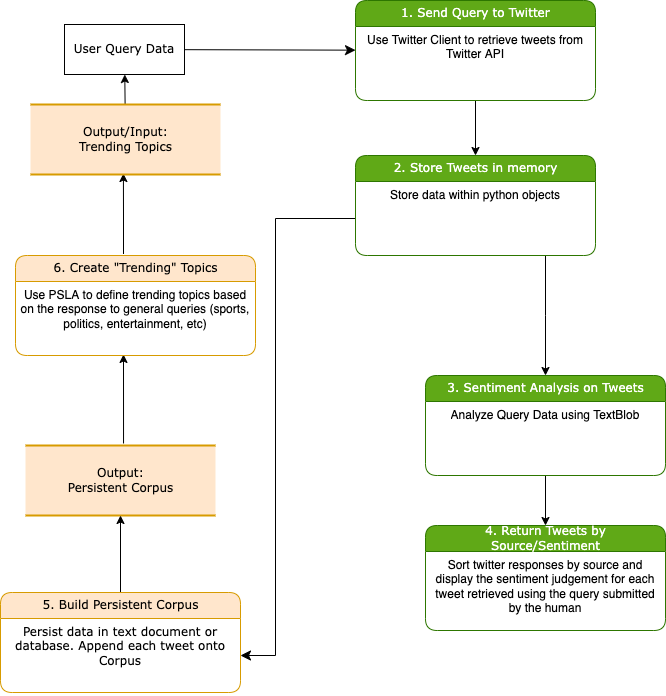
Above: .docs/Process Model.png in PeterWJefferson/CourseProject (draw.io), before the change. Source tidied: cells renumbered, new cells last; positions are measured from the earlier drawing's top-left corner, leaving out a move shared by most shapes. The source it was exported from:
```xml
<mxGraphModel background="#ffffff" shadow="1">
  <root>
    <mxCell id="0" />
    <mxCell id="1" parent="0" />
    <mxCell id="2" style="edgeStyle=orthogonalEdgeStyle;rounded=0;jettySize=auto;html=1;exitX=0.516;exitY=-0.029;exitDx=0;exitDy=0;exitPerimeter=0;entryX=0.45;entryY=0.986;entryDx=0;entryDy=0;entryPerimeter=0;" parent="1" edge="1" source="3" target="21">
      <mxGeometry relative="1" as="geometry" />
    </mxCell>
    <mxCell id="3" value="Output:&lt;br&gt;Persistent Corpus" style="html=1;rounded=0;shadow=0;comic=0;labelBackgroundColor=none;strokeWidth=2;fontFamily=Verdana;fontSize=12;align=center;shape=mxgraph.ios7ui.horLines;fillColor=#ffe6cc;strokeColor=#d79b00;" parent="1" vertex="1">
      <mxGeometry x="25" y="445" width="190" height="70" as="geometry" />
    </mxCell>
    <mxCell id="4" style="html=1;labelBackgroundColor=none;startFill=0;startSize=8;endFill=1;endSize=8;fontFamily=Verdana;fontSize=12;" parent="1" edge="1" source="6" target="9">
      <mxGeometry relative="1" as="geometry" />
    </mxCell>
    <mxCell id="5" style="edgeStyle=none;html=1;startArrow=classic;startFill=1;endArrow=none;endFill=0;" parent="1" edge="1" source="6" target="22">
      <mxGeometry relative="1" as="geometry" />
    </mxCell>
    <mxCell id="6" value="User Query Data" style="whiteSpace=wrap;html=1;rounded=0;shadow=0;comic=0;labelBackgroundColor=none;strokeWidth=1;fontFamily=Verdana;fontSize=12;align=center;" parent="1" vertex="1">
      <mxGeometry x="64" y="24" width="120" height="50" as="geometry" />
    </mxCell>
    <mxCell id="7" style="edgeStyle=elbowEdgeStyle;html=1;labelBackgroundColor=none;startFill=0;startSize=8;endFill=1;endSize=8;fontFamily=Verdana;fontSize=12;rounded=0;exitX=0;exitY=0.5;exitDx=0;exitDy=0;" parent="1" edge="1" source="18" target="25">
      <mxGeometry relative="1" as="geometry">
        <Array as="points">
          <mxPoint x="275" y="245" />
          <mxPoint x="155" y="265" />
          <mxPoint x="135" y="315" />
        </Array>
      </mxGeometry>
    </mxCell>
    <mxCell id="8" style="edgeStyle=orthogonalEdgeStyle;rounded=0;jettySize=auto;html=1;entryX=0.5;entryY=0;entryDx=0;entryDy=0;startArrow=none;startFill=0;endArrow=classic;endFill=1;" parent="1" edge="1" source="9" target="17">
      <mxGeometry relative="1" as="geometry" />
    </mxCell>
    <mxCell id="9" value="1. Send Query to Twitter" style="swimlane;html=1;fontStyle=0;horizontal=1;startSize=26;fillColor=#60a917;swimlaneFillColor=#ffffff;align=center;rounded=1;shadow=0;comic=0;labelBackgroundColor=none;strokeWidth=1;fontFamily=Verdana;fontSize=12;strokeColor=#2D7600;fontColor=#ffffff;" parent="1" vertex="1">
      <mxGeometry x="355" width="240" height="100" as="geometry" />
    </mxCell>
    <mxCell id="10" value="Use Twitter Client to retrieve tweets from Twitter API" style="text;html=1;strokeColor=none;fillColor=none;spacingLeft=4;spacingRight=4;whiteSpace=wrap;overflow=hidden;align=center;" parent="9" vertex="1">
      <mxGeometry y="26" width="240" height="74" as="geometry" />
    </mxCell>
    <mxCell id="11" style="edgeStyle=orthogonalEdgeStyle;rounded=0;jettySize=auto;html=1;entryX=0.5;entryY=0;entryDx=0;entryDy=0;" parent="1" edge="1" source="12" target="14">
      <mxGeometry relative="1" as="geometry" />
    </mxCell>
    <mxCell id="12" value="3. Sentiment Analysis on Tweets" style="swimlane;html=1;fontStyle=0;horizontal=1;startSize=26;fillColor=#60a917;swimlaneFillColor=#ffffff;align=center;rounded=1;shadow=0;comic=0;labelBackgroundColor=none;strokeWidth=1;fontFamily=Verdana;fontSize=12;fontColor=#ffffff;strokeColor=#2D7600;" parent="1" vertex="1">
      <mxGeometry x="425" y="375" width="240" height="100" as="geometry" />
    </mxCell>
    <mxCell id="13" value="Analyze Query Data using TextBlob" style="text;html=1;strokeColor=none;fillColor=none;spacingLeft=4;spacingRight=4;whiteSpace=wrap;overflow=hidden;align=center;" parent="12" vertex="1">
      <mxGeometry y="26" width="240" height="74" as="geometry" />
    </mxCell>
    <mxCell id="14" value="4. Return Tweets by&lt;br&gt;Source/Sentiment" style="swimlane;html=1;fontStyle=0;horizontal=1;startSize=26;fillColor=#60a917;swimlaneFillColor=#ffffff;align=center;rounded=1;shadow=0;comic=0;labelBackgroundColor=none;strokeWidth=1;fontFamily=Verdana;fontSize=12;fontColor=#ffffff;strokeColor=#2D7600;" parent="1" vertex="1">
      <mxGeometry x="425" y="525" width="240" height="105" as="geometry" />
    </mxCell>
    <mxCell id="15" value="Sort twitter responses by source and display the sentiment judgement for each tweet retrieved using the query submitted by the human" style="text;html=1;strokeColor=none;fillColor=none;spacingLeft=4;spacingRight=4;whiteSpace=wrap;overflow=hidden;align=center;" parent="14" vertex="1">
      <mxGeometry y="26" width="240" height="74" as="geometry" />
    </mxCell>
    <mxCell id="16" style="edgeStyle=elbowEdgeStyle;rounded=0;jettySize=auto;html=1;entryX=0.5;entryY=0;entryDx=0;entryDy=0;startArrow=none;startFill=0;endArrow=classic;endFill=1;" parent="1" edge="1" source="17" target="12">
      <mxGeometry relative="1" as="geometry" />
    </mxCell>
    <mxCell id="17" value="2. Store Tweets in memory" style="swimlane;html=1;fontStyle=0;horizontal=1;startSize=26;fillColor=#60a917;swimlaneFillColor=#ffffff;align=center;rounded=1;shadow=0;comic=0;labelBackgroundColor=none;strokeWidth=1;fontFamily=Verdana;fontSize=12;fontColor=#ffffff;strokeColor=#2D7600;" parent="1" vertex="1">
      <mxGeometry x="355" y="155" width="240" height="100" as="geometry" />
    </mxCell>
    <mxCell id="18" value="Store data within python objects" style="text;html=1;strokeColor=none;fillColor=none;spacingLeft=4;spacingRight=4;whiteSpace=wrap;overflow=hidden;points=[[0,0.5],[1,0.5]];portConstraint=eastwest;align=center;" parent="17" vertex="1">
      <mxGeometry y="26" width="240" height="74" as="geometry" />
    </mxCell>
    <mxCell id="19" style="edgeStyle=orthogonalEdgeStyle;rounded=0;jettySize=auto;html=1;entryX=0.489;entryY=0.986;entryDx=0;entryDy=0;entryPerimeter=0;exitX=0.45;exitY=-0.015;exitDx=0;exitDy=0;exitPerimeter=0;" parent="1" edge="1" source="20" target="22">
      <mxGeometry relative="1" as="geometry" />
    </mxCell>
    <mxCell id="20" value="6. Create &quot;Trending&quot; Topics" style="swimlane;html=1;fontStyle=0;horizontal=1;startSize=26;fillColor=#ffe6cc;swimlaneFillColor=#ffffff;align=center;rounded=1;shadow=0;comic=0;labelBackgroundColor=none;strokeWidth=1;fontFamily=Verdana;fontSize=12;strokeColor=#d79b00;" parent="1" vertex="1">
      <mxGeometry x="15" y="255" width="240" height="100" as="geometry" />
    </mxCell>
    <mxCell id="21" value="Use PSLA to define trending topics based on the response to general queries (sports, politics, entertainment, etc)" style="text;html=1;strokeColor=none;fillColor=none;spacingLeft=4;spacingRight=4;whiteSpace=wrap;overflow=hidden;points=[[0,0.5],[1,0.5]];portConstraint=eastwest;align=center;" parent="20" vertex="1">
      <mxGeometry y="26" width="240" height="74" as="geometry" />
    </mxCell>
    <mxCell id="22" value="Output/Input:&lt;br&gt;Trending Topics" style="html=1;rounded=0;shadow=0;comic=0;labelBackgroundColor=none;strokeWidth=2;fontFamily=Verdana;fontSize=12;align=center;shape=mxgraph.ios7ui.horLines;fillColor=#ffe6cc;strokeColor=#d79b00;" parent="1" vertex="1">
      <mxGeometry x="30" y="104" width="190" height="70" as="geometry" />
    </mxCell>
    <mxCell id="23" style="edgeStyle=orthogonalEdgeStyle;html=1;" parent="1" edge="1" source="24" target="3">
      <mxGeometry relative="1" as="geometry" />
    </mxCell>
    <mxCell id="24" value="5. Build Persistent Corpus" style="swimlane;html=1;fontStyle=0;horizontal=1;startSize=26;fillColor=#ffe6cc;swimlaneFillColor=#ffffff;align=center;rounded=1;shadow=0;comic=0;labelBackgroundColor=none;strokeWidth=1;fontFamily=Verdana;fontSize=12;strokeColor=#d79b00;" parent="1" vertex="1">
      <mxGeometry y="592" width="240" height="100" as="geometry" />
    </mxCell>
    <mxCell id="25" value="&lt;span style=&quot;font-family: &amp;#34;verdana&amp;#34;&quot;&gt;Persist data in text&amp;nbsp;&lt;/span&gt;&lt;span style=&quot;font-family: &amp;#34;verdana&amp;#34;&quot;&gt;document or database. Append each tweet onto Corpus&lt;/span&gt;" style="text;html=1;strokeColor=none;fillColor=none;spacingLeft=4;spacingRight=4;whiteSpace=wrap;overflow=hidden;points=[[0,0.5],[1,0.5]];portConstraint=eastwest;align=center;" parent="24" vertex="1">
      <mxGeometry y="26" width="240" height="74" as="geometry" />
    </mxCell>
  </root>
</mxGraphModel>
```
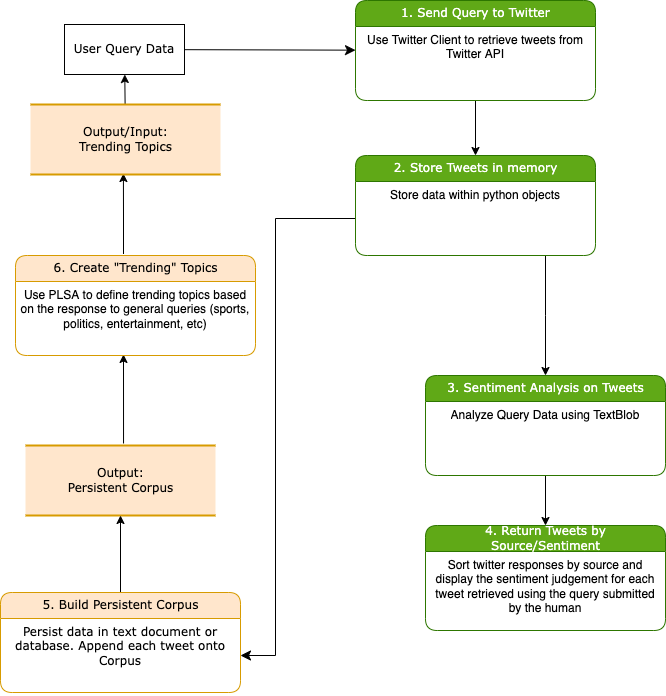
Above is the later version.

Commit message:
docs: updates algorithm abbreviation

The edit, as a diff of the source:
```diff
@@ -65,7 +65,7 @@
     <mxCell id="20" value="6. Create &quot;Trending&quot; Topics" style="swimlane;html=1;fontStyle=0;horizontal=1;startSize=26;fillColor=#ffe6cc;swimlaneFillColor=#ffffff;align=center;rounded=1;shadow=0;comic=0;labelBackgroundColor=none;strokeWidth=1;fontFamily=Verdana;fontSize=12;strokeColor=#d79b00;" parent="1" vertex="1">
       <mxGeometry x="15" y="255" width="240" height="100" as="geometry" />
     </mxCell>
-    <mxCell id="21" value="Use PSLA to define trending topics based on the response to general queries (sports, politics, entertainment, etc)" style="text;html=1;strokeColor=none;fillColor=none;spacingLeft=4;spacingRight=4;whiteSpace=wrap;overflow=hidden;points=[[0,0.5],[1,0.5]];portConstraint=eastwest;align=center;" parent="20" vertex="1">
+    <mxCell id="21" value="Use PLSA to define trending topics based on the response to general queries (sports, politics, entertainment, etc)" style="text;html=1;strokeColor=none;fillColor=none;spacingLeft=4;spacingRight=4;whiteSpace=wrap;overflow=hidden;points=[[0,0.5],[1,0.5]];portConstraint=eastwest;align=center;" parent="20" vertex="1">
       <mxGeometry y="26" width="240" height="74" as="geometry" />
     </mxCell>
     <mxCell id="22" value="Output/Input:&lt;br&gt;Trending Topics" style="html=1;rounded=0;shadow=0;comic=0;labelBackgroundColor=none;strokeWidth=2;fontFamily=Verdana;fontSize=12;align=center;shape=mxgraph.ios7ui.horLines;fillColor=#ffe6cc;strokeColor=#d79b00;" parent="1" vertex="1">
```
